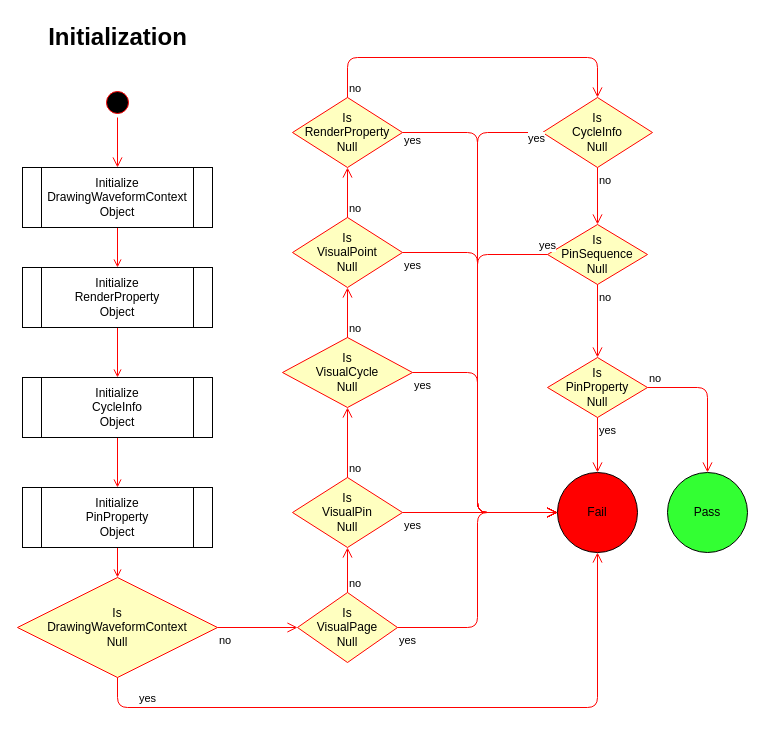
Above: page "UT_Initialization" (5 of 7) of SG9KG5/Waveform.drawio in Jasson-Chou/Software-Projects (draw.io), before the change. Source tidied: cells renumbered, new cells numbered last; positions are measured from the earlier drawing's top-left corner, leaving out a move shared by most shapes. Both pictures are drawn from the tidied source at 100%, with x=0, y=0 at pixel (17, 17).
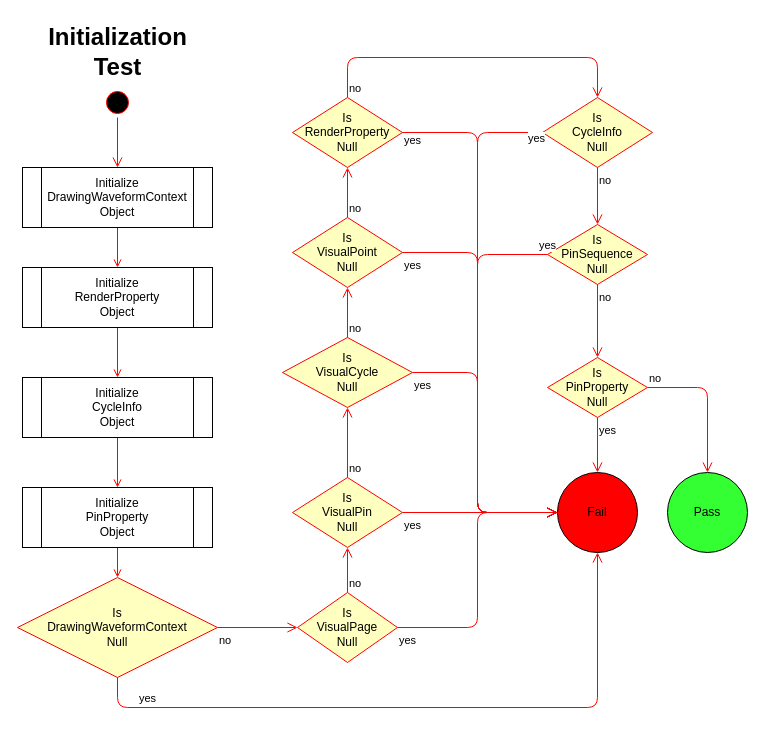
The same page after the edit.

What changed in the source:
```diff
@@
-    <mxCell id="4" value="Initialization" style="text;strokeColor=none;fillColor=none;html=1;fontSize=24;fontStyle=1;verticalAlign=middle;align=center;" parent="1" vertex="1">
-      <mxGeometry x="50" width="100" height="40" as="geometry" />
-    </mxCell>
@@
+    <mxCell id="42" style="group;" parent="1" vertex="1">
+      <mxGeometry x="50" width="100" height="70" as="geometry" />
+    </mxCell>
+    <mxCell id="4" value="Initialization" style="text;strokeColor=none;fillColor=none;html=1;fontSize=24;fontStyle=1;verticalAlign=middle;align=center;" parent="42" vertex="1">
+      <mxGeometry width="100" height="40" as="geometry" />
+    </mxCell>
+    <mxCell id="43" value="Test" style="text;strokeColor=none;fillColor=none;html=1;fontSize=24;fontStyle=1;verticalAlign=middle;align=center;" parent="42" vertex="1">
+      <mxGeometry y="30" width="100" height="40" as="geometry" />
+    </mxCell>
```
